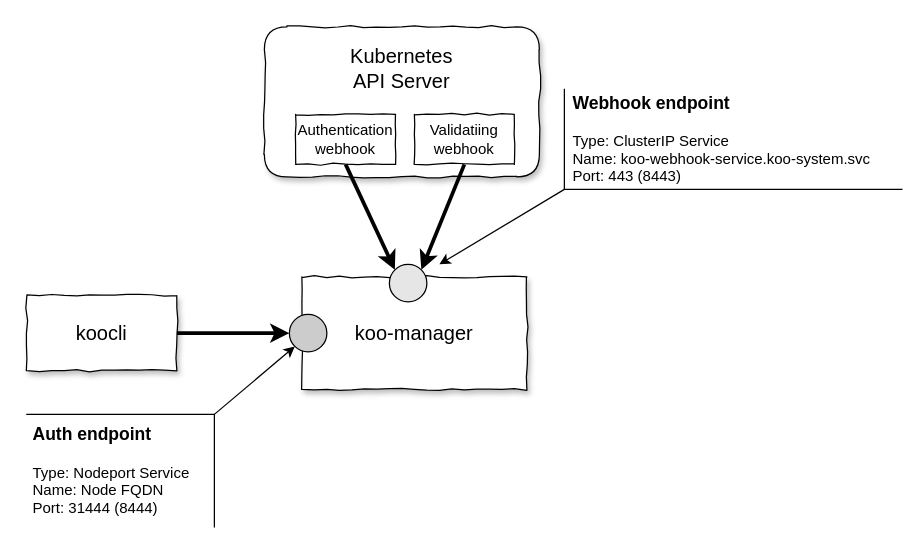
The draw.io diagram page "Endpoints" (2 of 3) of docs/koo1.drawio in koobind/koobind, before the edit. Source tidied: cells renumbered, new cells numbered last; positions are measured from the earlier drawing's top-left corner, leaving out a move shared by most shapes. Both pictures are drawn from the tidied source at 125%, with x=0, y=0 at pixel (26, 26).
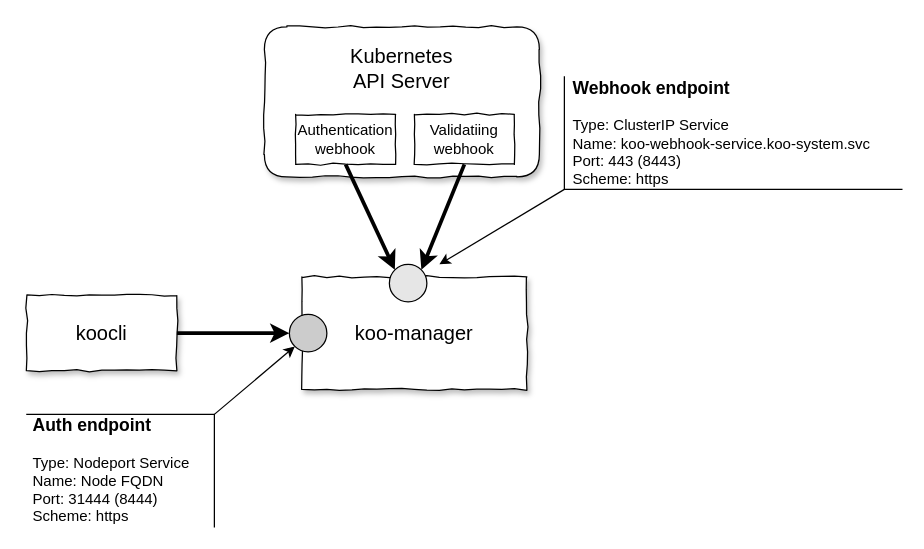
Above is the later version.

Diff of the diagram source:
```diff
@@
 <mxGraphModel>
   <root>
     <mxCell id="0" />
     <mxCell id="1" parent="0" />
     <mxCell id="2" value="koocli" style="rounded=0;whiteSpace=wrap;html=1;comic=1;shadow=1;fontSize=16;" parent="1" vertex="1">
       <mxGeometry y="215" width="120" height="60" as="geometry" />
     </mxCell>
     <mxCell id="3" value="Kubernetes &lt;br&gt;API Server" style="rounded=1;whiteSpace=wrap;html=1;shadow=1;comic=1;fontSize=16;labelPosition=center;verticalLabelPosition=middle;align=center;verticalAlign=middle;spacingTop=-54;" parent="1" vertex="1">
       <mxGeometry x="190" width="220" height="120" as="geometry" />
     </mxCell>
     <mxCell id="4" value="koo-manager" style="rounded=0;whiteSpace=wrap;html=1;comic=1;shadow=1;fontSize=16;" parent="1" vertex="1">
       <mxGeometry x="220" y="200" width="180" height="90" as="geometry" />
     </mxCell>
     <mxCell id="5" style="ellipse;whiteSpace=wrap;html=1;fillColor=#E6E6E6;" parent="1" vertex="1">
       <mxGeometry x="290" y="190" width="30" height="30" as="geometry" />
     </mxCell>
     <mxCell id="6" style="ellipse;whiteSpace=wrap;html=1;fillColor=#CCCCCC;" parent="1" vertex="1">
       <mxGeometry x="210" y="230" width="30" height="30" as="geometry" />
     </mxCell>
     <mxCell id="7" value="Authentication webhook" style="rounded=0;whiteSpace=wrap;html=1;fillColor=#FFFFFF;comic=1;" parent="1" vertex="1">
       <mxGeometry x="215" y="70" width="80" height="40" as="geometry" />
     </mxCell>
     <mxCell id="8" value="Validatiing webhook" style="rounded=0;whiteSpace=wrap;html=1;fillColor=#FFFFFF;comic=1;" parent="1" vertex="1">
       <mxGeometry x="310" y="70" width="80" height="40" as="geometry" />
     </mxCell>
     <mxCell id="9" style="endArrow=classic;html=1;exitX=0.5;exitY=1;exitDx=0;exitDy=0;entryX=0;entryY=0;entryDx=0;entryDy=0;strokeWidth=3;" parent="1" edge="1" source="7" target="5">
       <mxGeometry relative="1" as="geometry" />
     </mxCell>
     <mxCell id="10" style="endArrow=classic;html=1;entryX=1;entryY=0;entryDx=0;entryDy=0;exitX=0.5;exitY=1;exitDx=0;exitDy=0;strokeWidth=3;" parent="1" edge="1" source="8" target="5">
       <mxGeometry relative="1" as="geometry" />
     </mxCell>
     <mxCell id="11" style="endArrow=classic;html=1;strokeColor=#000000;strokeWidth=1;entryX=0;entryY=1;entryDx=0;entryDy=0;exitX=0;exitY=0;exitDx=0;exitDy=0;" parent="1" edge="1" source="15" target="6">
       <mxGeometry relative="1" as="geometry" />
     </mxCell>
     <mxCell id="12" style="endArrow=classic;html=1;exitX=1;exitY=0.5;exitDx=0;exitDy=0;entryX=0;entryY=0.5;entryDx=0;entryDy=0;strokeWidth=3;" parent="1" edge="1" source="2" target="6">
       <mxGeometry relative="1" as="geometry" />
     </mxCell>
-    <mxCell id="13" value="&lt;font style=&quot;font-size: 14px&quot;&gt;&lt;b&gt;Webhook endpoint&lt;/b&gt;&lt;/font&gt;&lt;br&gt;&lt;br&gt;Type: ClusterIP Service&lt;br&gt;Name:&amp;nbsp;koo-webhook-service.koo-system.svc&lt;br&gt;Port: 443 (8443)" style="shape=partialRectangle;whiteSpace=wrap;html=1;top=0;left=0;fillColor=none;rounded=0;comic=0;labelBackgroundColor=none;strokeColor=#000000;align=left;direction=south;spacingLeft=5;strokeWidth=1;shadow=0;" parent="1" vertex="1">
-      <mxGeometry x="430" y="50" width="270" height="80" as="geometry" />
+    <mxCell id="13" value="&lt;font style=&quot;font-size: 14px&quot;&gt;&lt;b&gt;Webhook endpoint&lt;/b&gt;&lt;/font&gt;&lt;br&gt;&lt;br&gt;Type: ClusterIP Service&lt;br&gt;Name:&amp;nbsp;koo-webhook-service.koo-system.svc&lt;br&gt;Port: 443 (8443)&lt;br&gt;Scheme: https" style="shape=partialRectangle;whiteSpace=wrap;html=1;top=0;left=0;fillColor=none;rounded=0;comic=0;labelBackgroundColor=none;strokeColor=#000000;align=left;direction=south;spacingLeft=5;strokeWidth=1;shadow=0;" parent="1" vertex="1">
+      <mxGeometry x="430" y="40" width="270" height="90" as="geometry" />
     </mxCell>
     <mxCell id="14" style="endArrow=classic;html=1;exitX=1;exitY=1;exitDx=0;exitDy=0;strokeColor=#000000;strokeWidth=1;" parent="1" edge="1" source="13">
       <mxGeometry relative="1" as="geometry">
         <mxPoint x="330" y="190" as="targetPoint" />
       </mxGeometry>
     </mxCell>
-    <mxCell id="15" value="&lt;font style=&quot;font-size: 14px&quot;&gt;&lt;b&gt;Auth endpoint&lt;/b&gt;&lt;/font&gt;&lt;br&gt;&lt;br&gt;&lt;span&gt;Type: Nodeport Service&lt;/span&gt;&lt;br&gt;&lt;span&gt;Name: Node FQDN&lt;/span&gt;&lt;br&gt;&lt;span&gt;Port: 31444 (8444)&lt;/span&gt;" style="shape=partialRectangle;whiteSpace=wrap;html=1;bottom=0;right=0;fillColor=none;rounded=0;shadow=0;comic=0;labelBackgroundColor=none;strokeColor=#000000;strokeWidth=1;align=left;direction=south;spacingLeft=3;" parent="1" vertex="1">
+    <mxCell id="15" value="&lt;font style=&quot;font-size: 14px&quot;&gt;&lt;b&gt;Auth endpoint&lt;/b&gt;&lt;/font&gt;&lt;br&gt;&lt;br&gt;&lt;span&gt;Type: Nodeport Service&lt;/span&gt;&lt;br&gt;&lt;span&gt;Name: Node FQDN&lt;/span&gt;&lt;br&gt;&lt;span&gt;Port: 31444 (8444)&lt;br&gt;Scheme: https&lt;br&gt;&lt;/span&gt;" style="shape=partialRectangle;whiteSpace=wrap;html=1;bottom=0;right=0;fillColor=none;rounded=0;shadow=0;comic=0;labelBackgroundColor=none;strokeColor=#000000;strokeWidth=1;align=left;direction=south;spacingLeft=3;" parent="1" vertex="1">
       <mxGeometry y="310" width="150" height="90" as="geometry" />
     </mxCell>
   </root>
 </mxGraphModel>
```
